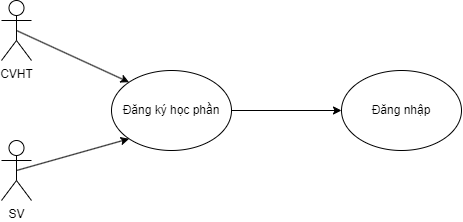
The draw.io diagram FUCEX(Chương 1).png in datnham0212/PTTK, before a commit. Source tidied: cells renumbered, new cells last; positions are measured from the earlier drawing's top-left corner, leaving out a move shared by most shapes. The source it was exported from:
```xml
<mxGraphModel>
  <root>
    <mxCell id="0" />
    <mxCell id="1" parent="0" />
    <mxCell id="2" value="CVHT" style="shape=umlActor;verticalLabelPosition=bottom;verticalAlign=top;html=1;outlineConnect=0;" parent="1" vertex="1">
      <mxGeometry width="30" height="60" as="geometry" />
    </mxCell>
    <mxCell id="3" value="SV" style="shape=umlActor;verticalLabelPosition=bottom;verticalAlign=top;html=1;outlineConnect=0;" parent="1" vertex="1">
      <mxGeometry y="140" width="30" height="60" as="geometry" />
    </mxCell>
    <mxCell id="4" style="edgeStyle=orthogonalEdgeStyle;rounded=0;jettySize=auto;html=1;entryX=0;entryY=0.5;entryDx=0;entryDy=0;" parent="1" edge="1" source="5" target="8">
      <mxGeometry relative="1" as="geometry" />
    </mxCell>
    <mxCell id="5" value="Đăng ký học phần" style="ellipse;whiteSpace=wrap;html=1;" parent="1" vertex="1">
      <mxGeometry x="110" y="70" width="120" height="80" as="geometry" />
    </mxCell>
    <mxCell id="6" style="endArrow=classic;html=1;rounded=0;entryX=0;entryY=0;entryDx=0;entryDy=0;exitX=0.5;exitY=0.5;exitDx=0;exitDy=0;exitPerimeter=0;" parent="1" edge="1" source="2" target="5">
      <mxGeometry relative="1" as="geometry" />
    </mxCell>
    <mxCell id="7" style="endArrow=classic;html=1;rounded=0;entryX=0;entryY=1;entryDx=0;entryDy=0;exitX=0.5;exitY=0.5;exitDx=0;exitDy=0;exitPerimeter=0;" parent="1" edge="1" source="3" target="5">
      <mxGeometry relative="1" as="geometry" />
    </mxCell>
    <mxCell id="8" value="Đăng nhập" style="ellipse;whiteSpace=wrap;html=1;" parent="1" vertex="1">
      <mxGeometry x="340" y="70" width="120" height="80" as="geometry" />
    </mxCell>
  </root>
</mxGraphModel>
```
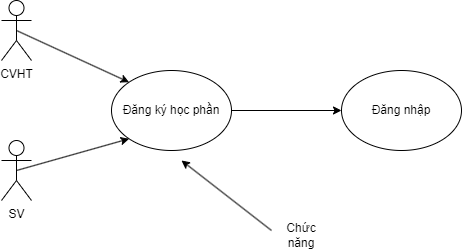
After the commit.

Diff of the diagram source:
```diff
@@ -23,5 +23,14 @@
     <mxCell id="8" value="Đăng nhập" style="ellipse;whiteSpace=wrap;html=1;" parent="1" vertex="1">
       <mxGeometry x="340" y="70" width="120" height="80" as="geometry" />
     </mxCell>
+    <mxCell id="9" style="endArrow=classic;html=1;rounded=0;" parent="1" edge="1">
+      <mxGeometry relative="1" as="geometry">
+        <mxPoint x="270" y="230" as="sourcePoint" />
+        <mxPoint x="180" y="160" as="targetPoint" />
+      </mxGeometry>
+    </mxCell>
+    <mxCell id="10" value="Chức năng" style="text;html=1;strokeColor=none;fillColor=none;align=center;verticalAlign=middle;whiteSpace=wrap;rounded=0;" parent="1" vertex="1">
+      <mxGeometry x="270" y="220" width="60" height="30" as="geometry" />
+    </mxCell>
   </root>
 </mxGraphModel>
```
